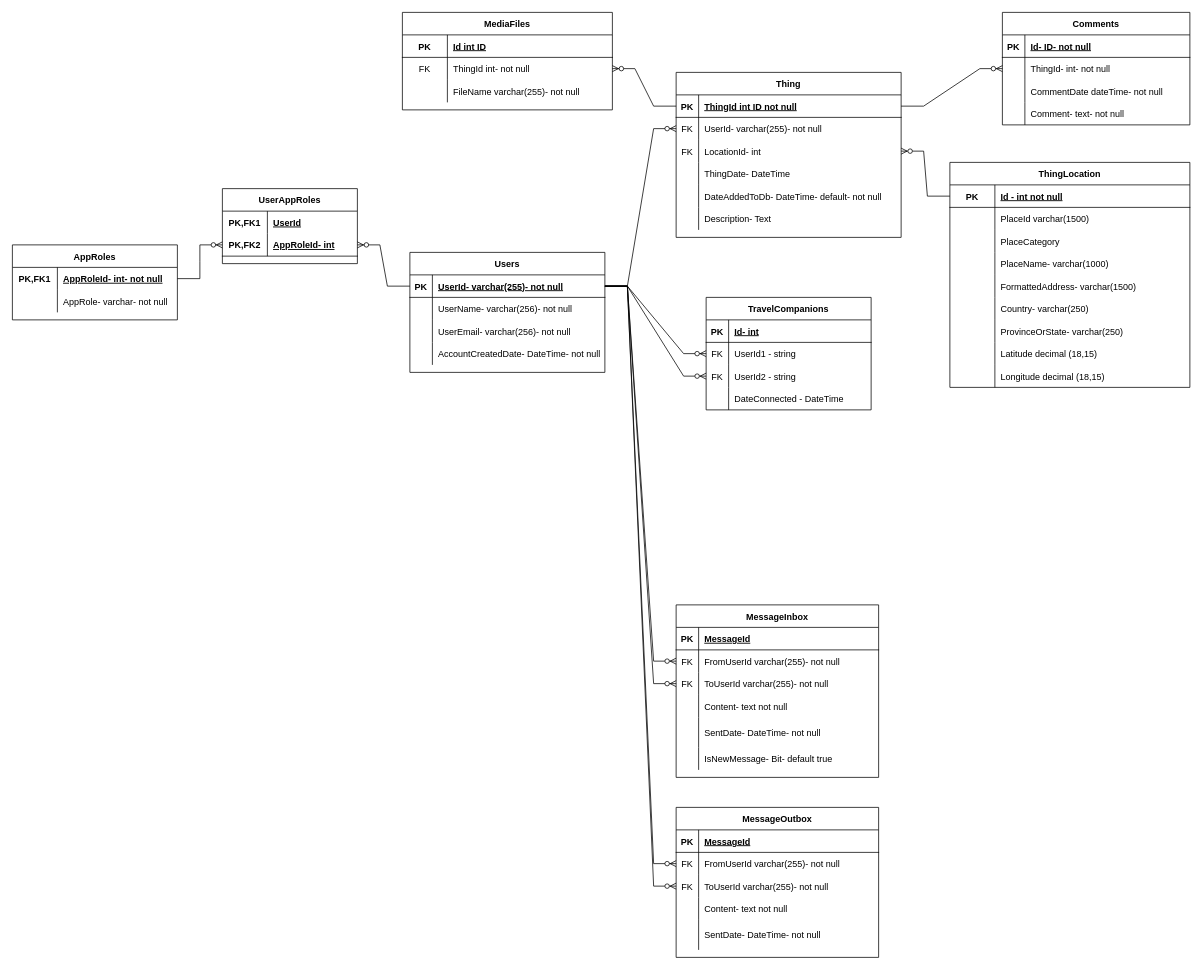
Above: IAmTraveling/IAmTraveling-ERD.drawio in Corytb/RepositoryOfCory (draw.io), before the change. Source tidied: cells renumbered, new cells numbered last; positions are measured from the earlier drawing's top-left corner, leaving out a move shared by most shapes. Both pictures are drawn from the tidied source at 75%, with x=0, y=0 at pixel (12, 12).
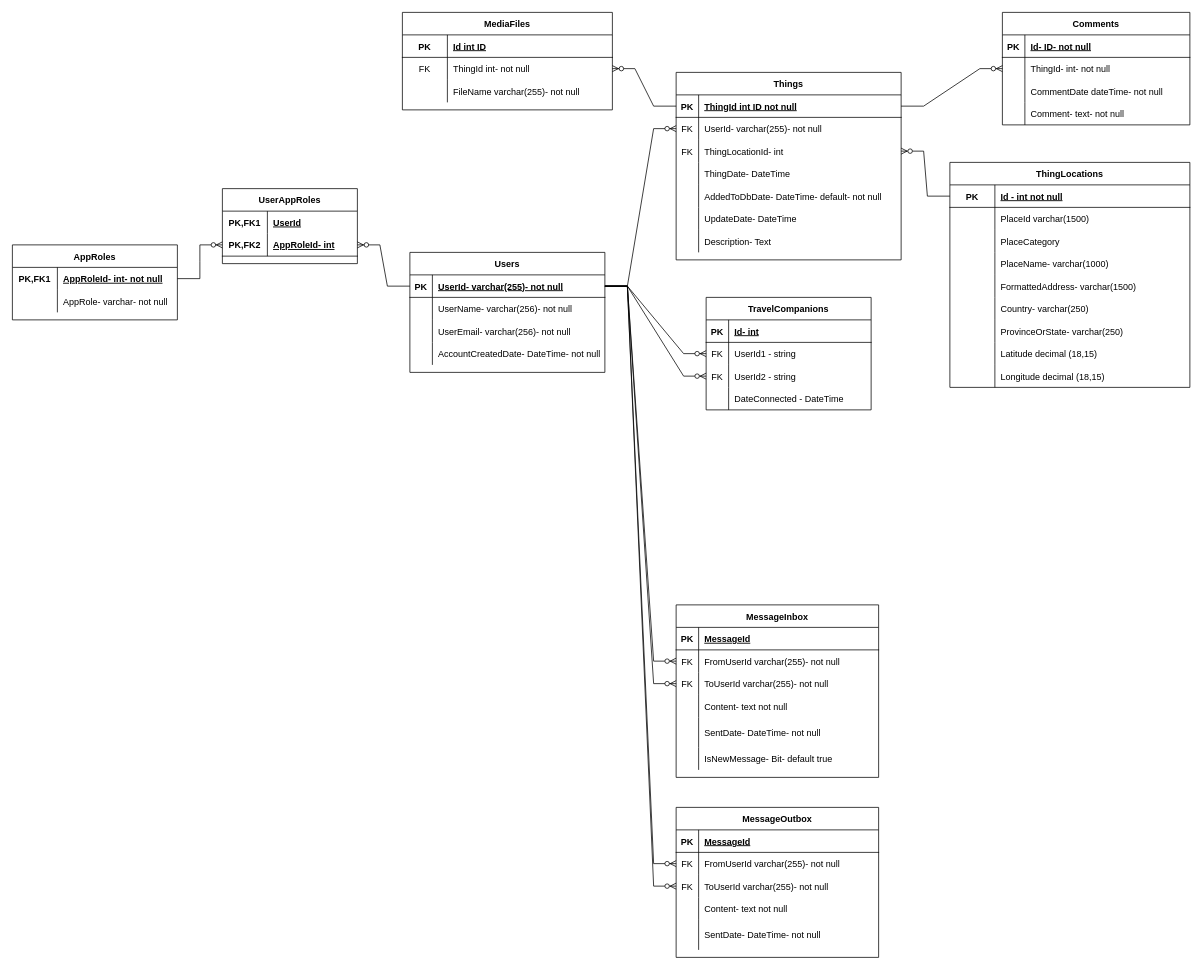
The same diagram, later.

The change refers to these unchanged cells:
```xml
<mxCell id="9" style="shape=tableRow;horizontal=0;startSize=0;swimlaneHead=0;swimlaneBody=0;fillColor=none;points=[[0,0.5],[1,0.5]];portConstraint=eastwest;top=0;left=0;right=0;bottom=0;" parent="2" vertex="1">
  <mxGeometry y="90" width="300" height="30" as="geometry" />
</mxCell>
<mxCell id="15" style="shape=tableRow;horizontal=0;startSize=0;swimlaneHead=0;swimlaneBody=0;fillColor=none;top=0;left=0;right=0;bottom=0;" parent="2" vertex="1">
  <mxGeometry y="150" width="300" height="30" as="geometry" />
</mxCell>
```

Change to the diagram source:
```diff
@@
-    <mxCell id="2" value="Thing" style="shape=table;startSize=30;childLayout=tableLayout;rowLines=0;fontStyle=1;align=center;" parent="1" vertex="1">
-      <mxGeometry x="885" y="80" width="300" height="220" as="geometry" />
+    <mxCell id="2" value="Things" style="shape=table;startSize=30;childLayout=tableLayout;rowLines=0;fontStyle=1;align=center;" parent="1" vertex="1">
+      <mxGeometry x="885" y="80" width="300" height="250" as="geometry" />
     </mxCell>
@@
-    <mxCell id="11" value="LocationId- int" style="shape=partialRectangle;fillColor=none;top=0;left=0;bottom=0;right=0;align=left;spacingLeft=6;fontStyle=0;overflow=hidden;" parent="9" vertex="1">
+    <mxCell id="11" value="ThingLocationId- int" style="shape=partialRectangle;fillColor=none;top=0;left=0;bottom=0;right=0;align=left;spacingLeft=6;fontStyle=0;overflow=hidden;" parent="9" vertex="1">
       <mxGeometry x="30" width="270" height="30" as="geometry" />
     </mxCell>
@@
-    <mxCell id="17" value="DateAddedToDb- DateTime- default- not null" style="shape=partialRectangle;fillColor=none;top=0;left=0;bottom=0;right=0;align=left;spacingLeft=6;overflow=hidden;" parent="15" vertex="1">
+    <mxCell id="17" value="AddedToDbDate- DateTime- default- not null" style="shape=partialRectangle;fillColor=none;top=0;left=0;bottom=0;right=0;align=left;spacingLeft=6;overflow=hidden;" parent="15" vertex="1">
       <mxGeometry x="30" width="270" height="30" as="geometry" />
     </mxCell>
+    <mxCell id="159" style="shape=tableRow;horizontal=0;startSize=0;swimlaneHead=0;swimlaneBody=0;fillColor=none;top=0;left=0;right=0;bottom=0;" parent="2" vertex="1">
+      <mxGeometry y="180" width="300" height="30" as="geometry" />
+    </mxCell>
+    <mxCell id="160" style="shape=partialRectangle;fillColor=none;top=0;left=0;bottom=0;right=0;overflow=hidden;" parent="159" vertex="1">
+      <mxGeometry width="30" height="30" as="geometry" />
+    </mxCell>
+    <mxCell id="161" value="UpdateDate- DateTime" style="shape=partialRectangle;fillColor=none;top=0;left=0;bottom=0;right=0;align=left;spacingLeft=6;overflow=hidden;" parent="159" vertex="1">
+      <mxGeometry x="30" width="270" height="30" as="geometry" />
+    </mxCell>
     <mxCell id="18" style="shape=tableRow;horizontal=0;startSize=0;swimlaneHead=0;swimlaneBody=0;fillColor=none;top=0;left=0;right=0;bottom=0;" parent="2" vertex="1">
-      <mxGeometry y="180" width="300" height="30" as="geometry" />
+      <mxGeometry y="210" width="300" height="30" as="geometry" />
     </mxCell>
@@
-    <mxCell id="101" value="ThingLocation" style="shape=table;startSize=30;childLayout=tableLayout;rowLines=0;fontStyle=1;align=center;" parent="1" vertex="1">
+    <mxCell id="101" value="ThingLocations" style="shape=table;startSize=30;childLayout=tableLayout;rowLines=0;fontStyle=1;align=center;" parent="1" vertex="1">
       <mxGeometry x="1250" y="200" width="320" height="300" as="geometry" />
     </mxCell>
```
